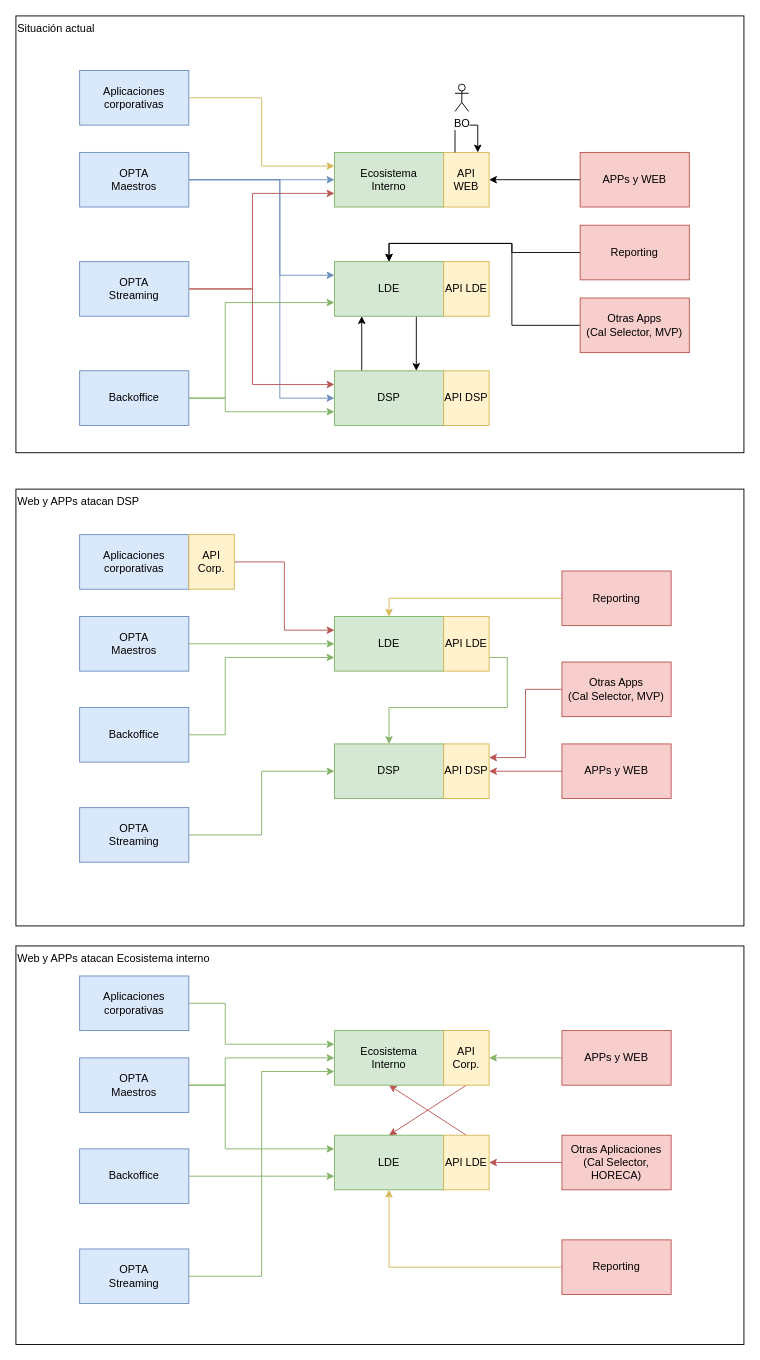
Before: draw.io/LaLiga/Sistemas_Informacion.drawio in icuefue/draw.io, a draw.io diagram. Source tidied: cells renumbered, new cells numbered last; positions are measured from the earlier drawing's top-left corner, leaving out a move shared by most shapes. Both pictures are drawn from the tidied source at 91%, with x=0, y=0 at pixel (15, 15).
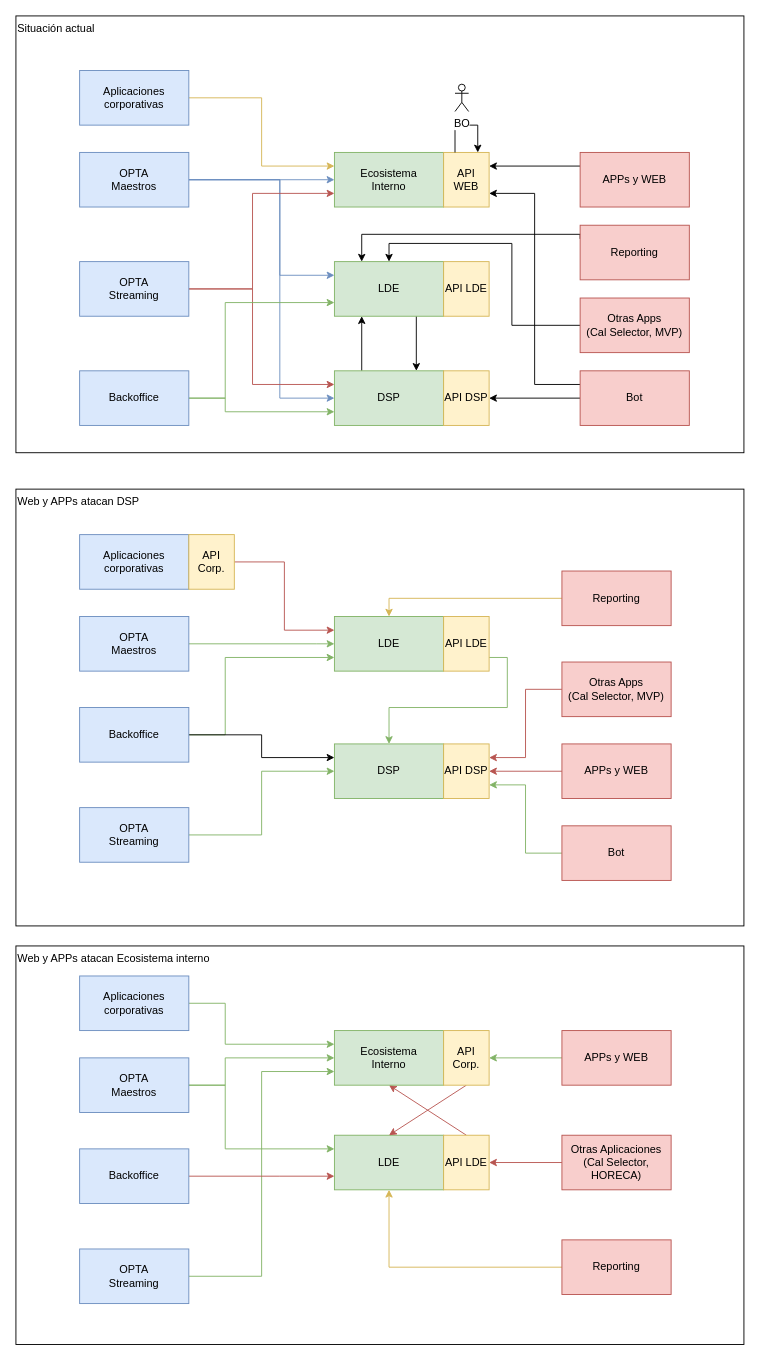
After the change.

The change refers to these unchanged cells:
```xml
<mxCell id="14" value="LDE&lt;br&gt;" style="rounded=0;whiteSpace=wrap;html=1;fillColor=#d5e8d4;strokeColor=#82b366;" parent="1" vertex="1">
  <mxGeometry x="350" y="270" width="120" height="60" as="geometry" />
</mxCell>
<mxCell id="20" value="API WEB&lt;br&gt;" style="rounded=0;whiteSpace=wrap;html=1;fillColor=#fff2cc;strokeColor=#d6b656;" parent="1" vertex="1">
  <mxGeometry x="470" y="150" width="50" height="60" as="geometry" />
</mxCell>
<mxCell id="22" value="API DSP&lt;br&gt;" style="rounded=0;whiteSpace=wrap;html=1;fillColor=#fff2cc;strokeColor=#d6b656;" parent="1" vertex="1">
  <mxGeometry x="470" y="390" width="50" height="60" as="geometry" />
</mxCell>
<mxCell id="29" value="DSP&lt;br&gt;" style="rounded=0;whiteSpace=wrap;html=1;fillColor=#d5e8d4;strokeColor=#82b366;" parent="1" vertex="1">
  <mxGeometry x="350" y="800" width="120" height="60" as="geometry" />
</mxCell>
<mxCell id="31" value="Backoffice&lt;br&gt;" style="rounded=0;whiteSpace=wrap;html=1;fillColor=#dae8fc;strokeColor=#6c8ebf;" parent="1" vertex="1">
  <mxGeometry x="70" y="760" width="120" height="60" as="geometry" />
</mxCell>
<mxCell id="35" value="API DSP&lt;br&gt;" style="rounded=0;whiteSpace=wrap;html=1;fillColor=#fff2cc;strokeColor=#d6b656;" parent="1" vertex="1">
  <mxGeometry x="470" y="800" width="50" height="60" as="geometry" />
</mxCell>
<mxCell id="46" value="LDE&lt;br&gt;" style="rounded=0;whiteSpace=wrap;html=1;fillColor=#d5e8d4;strokeColor=#82b366;" parent="1" vertex="1">
  <mxGeometry x="350" y="1230" width="120" height="60" as="geometry" />
</mxCell>
<mxCell id="48" value="Backoffice&lt;br&gt;" style="rounded=0;whiteSpace=wrap;html=1;fillColor=#dae8fc;strokeColor=#6c8ebf;" parent="1" vertex="1">
  <mxGeometry x="70" y="1245" width="120" height="60" as="geometry" />
</mxCell>
<mxCell id="59" value="APPs y WEB&lt;br&gt;" style="rounded=0;whiteSpace=wrap;html=1;fillColor=#f8cecc;strokeColor=#b85450;" parent="1" vertex="1">
  <mxGeometry x="620" y="150" width="120" height="60" as="geometry" />
</mxCell>
<mxCell id="63" value="Reporting" style="rounded=0;whiteSpace=wrap;html=1;fillColor=#f8cecc;strokeColor=#b85450;" parent="1" vertex="1">
  <mxGeometry x="620" y="230" width="120" height="60" as="geometry" />
</mxCell>
```

What changed in the source:
```diff
@@
+    <mxCell id="74" style="edgeStyle=orthogonalEdgeStyle;rounded=0;jettySize=auto;html=1;exitX=1;exitY=0.75;exitDx=0;exitDy=0;entryX=0;entryY=0.25;entryDx=0;entryDy=0;strokeColor=#000000;endArrow=none;endFill=0;startArrow=classic;startFill=1;" parent="1" edge="1" source="20" target="77">
+      <mxGeometry relative="1" as="geometry">
+        <Array as="points">
+          <mxPoint x="570" y="195" />
+          <mxPoint x="570" y="405" />
+        </Array>
+      </mxGeometry>
+    </mxCell>
@@
+    <mxCell id="75" style="edgeStyle=orthogonalEdgeStyle;rounded=0;jettySize=auto;html=1;exitX=1;exitY=0.5;exitDx=0;exitDy=0;strokeColor=#000000;startArrow=classic;startFill=1;endArrow=none;endFill=0;" parent="1" edge="1" source="22" target="77">
+      <mxGeometry relative="1" as="geometry" />
+    </mxCell>
@@
+    <mxCell id="76" style="edgeStyle=orthogonalEdgeStyle;rounded=0;jettySize=auto;html=1;exitX=1;exitY=0.5;exitDx=0;exitDy=0;entryX=0;entryY=0.25;entryDx=0;entryDy=0;strokeColor=#000000;" parent="1" edge="1" source="31" target="29">
+      <mxGeometry relative="1" as="geometry" />
+    </mxCell>
@@
-    <mxCell id="47" style="edgeStyle=orthogonalEdgeStyle;rounded=0;jettySize=auto;html=1;exitX=1;exitY=0.5;exitDx=0;exitDy=0;entryX=0;entryY=0.75;entryDx=0;entryDy=0;fillColor=#d5e8d4;strokeColor=#82b366;" parent="1" edge="1" source="48" target="46">
+    <mxCell id="47" style="edgeStyle=orthogonalEdgeStyle;rounded=0;jettySize=auto;html=1;exitX=1;exitY=0.5;exitDx=0;exitDy=0;entryX=0;entryY=0.75;entryDx=0;entryDy=0;fillColor=#f8cecc;strokeColor=#b85450;" parent="1" edge="1" source="48" target="46">
       <mxGeometry relative="1" as="geometry">
         <Array as="points">
           <mxPoint x="290" y="1275" />
           <mxPoint x="290" y="1275" />
         </Array>
       </mxGeometry>
     </mxCell>
@@
-    <mxCell id="58" style="edgeStyle=orthogonalEdgeStyle;rounded=0;jettySize=auto;html=1;exitX=0;exitY=0.5;exitDx=0;exitDy=0;entryX=1;entryY=0.5;entryDx=0;entryDy=0;strokeColor=#000000;" parent="1" edge="1" source="59" target="20">
+    <mxCell id="58" style="edgeStyle=orthogonalEdgeStyle;rounded=0;jettySize=auto;html=1;exitX=0;exitY=0.25;exitDx=0;exitDy=0;entryX=1;entryY=0.25;entryDx=0;entryDy=0;strokeColor=#000000;" parent="1" edge="1" source="59" target="20">
       <mxGeometry relative="1" as="geometry" />
     </mxCell>
@@
-    <mxCell id="62" style="edgeStyle=orthogonalEdgeStyle;rounded=0;jettySize=auto;html=1;exitX=0;exitY=0.5;exitDx=0;exitDy=0;entryX=0.5;entryY=0;entryDx=0;entryDy=0;strokeColor=#000000;" parent="1" edge="1" source="63" target="14">
-      <mxGeometry relative="1" as="geometry" />
+    <mxCell id="62" style="edgeStyle=orthogonalEdgeStyle;rounded=0;jettySize=auto;html=1;exitX=0;exitY=0.25;exitDx=0;exitDy=0;entryX=0.25;entryY=0;entryDx=0;entryDy=0;strokeColor=#000000;" parent="1" edge="1" source="63" target="14">
+      <mxGeometry relative="1" as="geometry">
+        <Array as="points">
+          <mxPoint x="621" y="240" />
+          <mxPoint x="381" y="240" />
+        </Array>
+      </mxGeometry>
     </mxCell>
@@
+    <mxCell id="77" value="Bot&lt;br&gt;" style="rounded=0;whiteSpace=wrap;html=1;fillColor=#f8cecc;strokeColor=#b85450;" parent="1" vertex="1">
+      <mxGeometry x="620" y="390" width="120" height="60" as="geometry" />
+    </mxCell>
+    <mxCell id="78" style="edgeStyle=orthogonalEdgeStyle;rounded=0;jettySize=auto;html=1;exitX=0;exitY=0.5;exitDx=0;exitDy=0;entryX=1;entryY=0.75;entryDx=0;entryDy=0;startArrow=none;startFill=0;endArrow=classic;endFill=1;strokeColor=#82b366;fillColor=#d5e8d4;" parent="1" edge="1" source="79" target="35">
+      <mxGeometry relative="1" as="geometry" />
+    </mxCell>
+    <mxCell id="79" value="Bot&lt;br&gt;" style="rounded=0;whiteSpace=wrap;html=1;fillColor=#f8cecc;strokeColor=#b85450;" parent="1" vertex="1">
+      <mxGeometry x="600" y="890" width="120" height="60" as="geometry" />
+    </mxCell>
```
